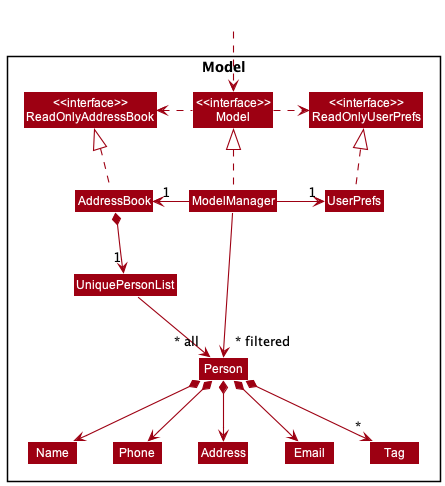
Before: docs/images/ModelClassDiagram.png, a diagram exported from PlantUML (nus-cs2103-AY2223S1/tp).
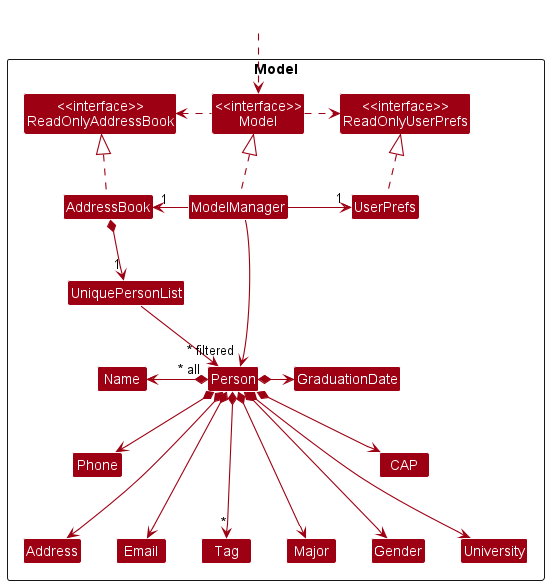
The same diagram one commit later.

Commit message:
Amend UML diagrams to include all attributes for Person

What changed in the source:
```diff
@@ -8,26 +8,32 @@
 Class "<<interface>>\nReadOnlyAddressBook" as ReadOnlyAddressBook
 Class "<<interface>>\nReadOnlyUserPrefs" as ReadOnlyUserPrefs
 Class "<<interface>>\nModel" as Model
+Class ModelManager
 Class AddressBook
-Class ModelManager
 Class UserPrefs
 
 Class UniquePersonList
 Class Person
+Class Name
+Class Phone
 Class Address
 Class Email
-Class Name
-Class Phone
 Class Tag
+Class Major
+Class GraduationDate
+Class Gender
+Class University
+CLass CAP
 
 }
 
 Class HiddenOutside #FFFFFF
 HiddenOutside ..> Model
 
+ModelManager .up.|> Model
 AddressBook .up.|> ReadOnlyAddressBook
 
-ModelManager .up.|> Model
+
 Model .right.> ReadOnlyUserPrefs
 Model .left.> ReadOnlyAddressBook
 ModelManager -left-> "1" AddressBook
@@ -36,12 +42,19 @@
 
 AddressBook *--> "1" UniquePersonList
 UniquePersonList --> "~* all" Person
-Person *--> Name
+Person *-left> Name
 Person *--> Phone
-Person *--> Email
-Person *--> Address
-Person *--> "*" Tag
+Person *---> Address
+Person *---> Email
+Person *---> "*" Tag
+Person *-right> GraduationDate
+Person *---> Major
+Person *---> Gender
+Person *---> University
+Person *--> CAP
 
+
+ModelManager -[hidden]down-> Person
 Name -[hidden]right-> Phone
 Phone -[hidden]right-> Address
 Address -[hidden]right-> Email
```
